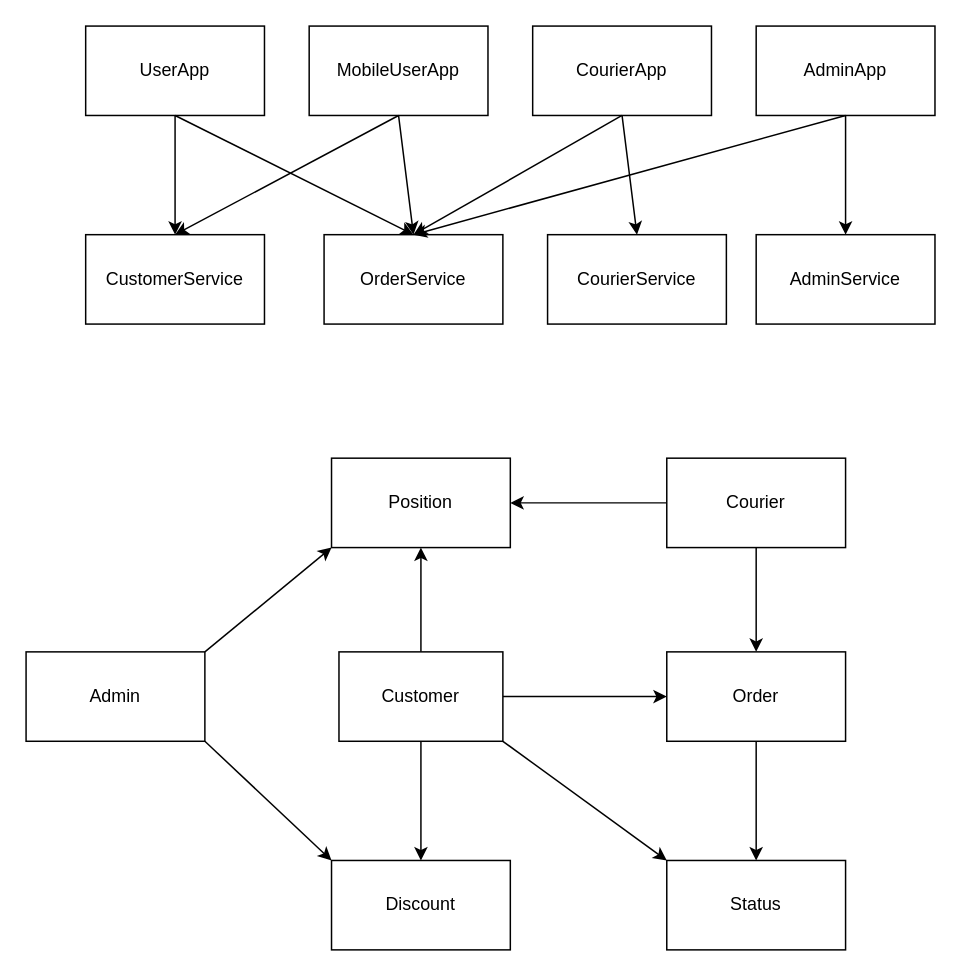
The draw.io diagram Untitled Diagram.drawio in Darklight1985/GitExample, before the edit. Source tidied: cells renumbered, new cells numbered last; positions are measured from the earlier drawing's top-left corner, leaving out a move shared by most shapes. Both pictures are drawn from the tidied source at 149%, with x=0, y=0 at pixel (25, 25).
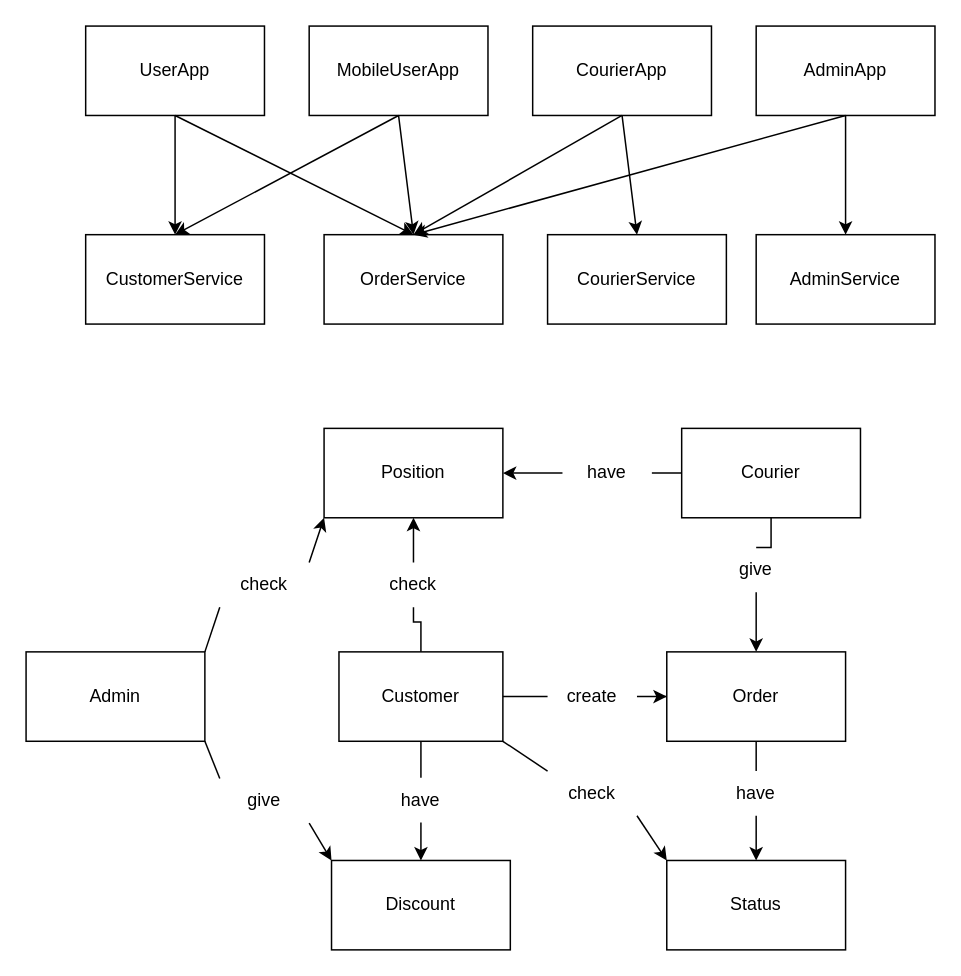
Above is the later version.

Unchanged cells that the change refers to:
```xml
<mxCell id="21" value="Customer" style="rounded=0;whiteSpace=wrap;html=1;" parent="1" vertex="1">
  <mxGeometry x="210" y="420" width="110" height="60" as="geometry" />
</mxCell>
<mxCell id="25" value="Admin" style="rounded=0;whiteSpace=wrap;html=1;" parent="1" vertex="1">
  <mxGeometry y="420" width="120" height="60" as="geometry" />
</mxCell>
<mxCell id="27" value="Order" style="rounded=0;whiteSpace=wrap;html=1;" parent="1" vertex="1">
  <mxGeometry x="430" y="420" width="120" height="60" as="geometry" />
</mxCell>
<mxCell id="28" value="Status" style="rounded=0;whiteSpace=wrap;html=1;" parent="1" vertex="1">
  <mxGeometry x="430" y="560" width="120" height="60" as="geometry" />
</mxCell>
<mxCell id="31" value="Discount" style="rounded=0;whiteSpace=wrap;html=1;" parent="1" vertex="1">
  <mxGeometry x="205" y="560" width="120" height="60" as="geometry" />
</mxCell>
```

Diff of the diagram source:
```diff
@@
-    <mxCell id="18" style="edgeStyle=orthogonalEdgeStyle;rounded=0;jettySize=auto;html=1;" parent="1" edge="1" source="21" target="27">
+    <mxCell id="18" style="edgeStyle=orthogonalEdgeStyle;rounded=0;jettySize=auto;html=1;startArrow=none;" parent="1" edge="1" source="50" target="27">
       <mxGeometry relative="1" as="geometry" />
     </mxCell>
-    <mxCell id="19" style="edgeStyle=orthogonalEdgeStyle;rounded=0;jettySize=auto;html=1;" parent="1" edge="1" source="21" target="30">
+    <mxCell id="19" style="edgeStyle=orthogonalEdgeStyle;rounded=0;jettySize=auto;html=1;startArrow=none;" parent="1" edge="1" source="34" target="30">
       <mxGeometry relative="1" as="geometry" />
     </mxCell>
-    <mxCell id="20" style="edgeStyle=orthogonalEdgeStyle;rounded=0;jettySize=auto;html=1;" parent="1" edge="1" source="21" target="31">
+    <mxCell id="20" style="edgeStyle=orthogonalEdgeStyle;rounded=0;jettySize=auto;html=1;startArrow=none;" parent="1" edge="1" source="38" target="31">
       <mxGeometry relative="1" as="geometry" />
     </mxCell>
@@
-    <mxCell id="22" style="edgeStyle=orthogonalEdgeStyle;rounded=0;jettySize=auto;html=1;" parent="1" edge="1" source="24" target="27">
+    <mxCell id="22" style="edgeStyle=orthogonalEdgeStyle;rounded=0;jettySize=auto;html=1;startArrow=none;" parent="1" edge="1" source="48" target="27">
       <mxGeometry relative="1" as="geometry" />
     </mxCell>
-    <mxCell id="23" style="edgeStyle=orthogonalEdgeStyle;rounded=0;jettySize=auto;html=1;" parent="1" edge="1" source="24" target="30">
+    <mxCell id="23" style="edgeStyle=orthogonalEdgeStyle;rounded=0;jettySize=auto;html=1;startArrow=none;" parent="1" edge="1" source="36" target="30">
       <mxGeometry relative="1" as="geometry" />
     </mxCell>
     <mxCell id="24" value="Courier" style="rounded=0;whiteSpace=wrap;html=1;" parent="1" vertex="1">
-      <mxGeometry x="430" y="290" width="120" height="60" as="geometry" />
+      <mxGeometry x="440" y="270" width="120" height="60" as="geometry" />
     </mxCell>
@@
-    <mxCell id="26" style="edgeStyle=orthogonalEdgeStyle;rounded=0;jettySize=auto;html=1;" parent="1" edge="1" source="27" target="28">
+    <mxCell id="26" style="edgeStyle=orthogonalEdgeStyle;rounded=0;jettySize=auto;html=1;startArrow=none;" parent="1" edge="1" source="46" target="28">
       <mxGeometry relative="1" as="geometry" />
     </mxCell>
@@
-    <mxCell id="29" style="endArrow=classic;html=1;rounded=0;exitX=1;exitY=1;exitDx=0;exitDy=0;entryX=0;entryY=0;entryDx=0;entryDy=0;" parent="1" edge="1" source="21" target="28">
+    <mxCell id="29" style="endArrow=classic;html=1;rounded=0;exitX=1;exitY=1;exitDx=0;exitDy=0;entryX=0;entryY=0;entryDx=0;entryDy=0;startArrow=none;" parent="1" edge="1" source="40" target="28">
       <mxGeometry relative="1" as="geometry" />
     </mxCell>
     <mxCell id="30" value="Position" style="rounded=0;whiteSpace=wrap;html=1;" parent="1" vertex="1">
-      <mxGeometry x="205" y="290" width="120" height="60" as="geometry" />
+      <mxGeometry x="200" y="270" width="120" height="60" as="geometry" />
     </mxCell>
@@
-    <mxCell id="32" style="endArrow=classic;html=1;rounded=0;exitX=1;exitY=1;exitDx=0;exitDy=0;entryX=0;entryY=0;entryDx=0;entryDy=0;" parent="1" edge="1" source="25" target="31">
+    <mxCell id="32" style="endArrow=classic;html=1;rounded=0;exitX=1;exitY=1;exitDx=0;exitDy=0;entryX=0;entryY=0;entryDx=0;entryDy=0;startArrow=none;" parent="1" edge="1" source="42" target="31">
       <mxGeometry relative="1" as="geometry" />
     </mxCell>
-    <mxCell id="33" style="endArrow=classic;html=1;rounded=0;exitX=1;exitY=0;exitDx=0;exitDy=0;entryX=0;entryY=1;entryDx=0;entryDy=0;" parent="1" edge="1" source="25" target="30">
+    <mxCell id="33" style="endArrow=classic;html=1;rounded=0;exitX=1;exitY=0;exitDx=0;exitDy=0;entryX=0;entryY=1;entryDx=0;entryDy=0;startArrow=none;" parent="1" edge="1" source="44" target="30">
       <mxGeometry relative="1" as="geometry" />
     </mxCell>
+    <mxCell id="34" value="check" style="text;html=1;strokeColor=none;fillColor=none;align=center;verticalAlign=middle;whiteSpace=wrap;rounded=0;" parent="1" vertex="1">
+      <mxGeometry x="230" y="360" width="60" height="30" as="geometry" />
+    </mxCell>
+    <mxCell id="35" style="edgeStyle=orthogonalEdgeStyle;rounded=0;jettySize=auto;html=1;endArrow=none;" parent="1" edge="1" source="21" target="34">
+      <mxGeometry relative="1" as="geometry" />
+    </mxCell>
+    <mxCell id="36" value="have" style="text;html=1;strokeColor=none;fillColor=none;align=center;verticalAlign=middle;whiteSpace=wrap;rounded=0;" parent="1" vertex="1">
+      <mxGeometry x="360" y="285" width="60" height="30" as="geometry" />
+    </mxCell>
+    <mxCell id="37" style="edgeStyle=orthogonalEdgeStyle;rounded=0;jettySize=auto;html=1;endArrow=none;" parent="1" edge="1" source="24" target="36">
+      <mxGeometry relative="1" as="geometry" />
+    </mxCell>
+    <mxCell id="38" value="have" style="text;html=1;strokeColor=none;fillColor=none;align=center;verticalAlign=middle;whiteSpace=wrap;rounded=0;" parent="1" vertex="1">
+      <mxGeometry x="235" y="504.5" width="60" height="30" as="geometry" />
+    </mxCell>
+    <mxCell id="39" style="edgeStyle=orthogonalEdgeStyle;rounded=0;jettySize=auto;html=1;endArrow=none;" parent="1" edge="1" source="21" target="38">
+      <mxGeometry relative="1" as="geometry" />
+    </mxCell>
+    <mxCell id="40" value="check" style="text;html=1;strokeColor=none;fillColor=none;align=center;verticalAlign=middle;whiteSpace=wrap;rounded=0;" parent="1" vertex="1">
+      <mxGeometry x="350" y="500" width="60" height="30" as="geometry" />
+    </mxCell>
+    <mxCell id="41" style="endArrow=none;html=1;rounded=0;exitX=1;exitY=1;exitDx=0;exitDy=0;entryX=0;entryY=0;entryDx=0;entryDy=0;" parent="1" edge="1" source="21" target="40">
+      <mxGeometry relative="1" as="geometry" />
+    </mxCell>
+    <mxCell id="42" value="give" style="text;html=1;strokeColor=none;fillColor=none;align=center;verticalAlign=middle;whiteSpace=wrap;rounded=0;" parent="1" vertex="1">
+      <mxGeometry x="130" y="505" width="60" height="30" as="geometry" />
+    </mxCell>
+    <mxCell id="43" style="endArrow=none;html=1;rounded=0;exitX=1;exitY=1;exitDx=0;exitDy=0;entryX=0;entryY=0;entryDx=0;entryDy=0;" parent="1" edge="1" source="25" target="42">
+      <mxGeometry relative="1" as="geometry" />
+    </mxCell>
+    <mxCell id="44" value="check" style="text;html=1;strokeColor=none;fillColor=none;align=center;verticalAlign=middle;whiteSpace=wrap;rounded=0;" parent="1" vertex="1">
+      <mxGeometry x="130" y="360" width="60" height="30" as="geometry" />
+    </mxCell>
+    <mxCell id="45" style="endArrow=none;html=1;rounded=0;exitX=1;exitY=0;exitDx=0;exitDy=0;entryX=0;entryY=1;entryDx=0;entryDy=0;" parent="1" edge="1" source="25" target="44">
+      <mxGeometry relative="1" as="geometry" />
+    </mxCell>
+    <mxCell id="46" value="have" style="text;html=1;strokeColor=none;fillColor=none;align=center;verticalAlign=middle;whiteSpace=wrap;rounded=0;" parent="1" vertex="1">
+      <mxGeometry x="460" y="500" width="60" height="30" as="geometry" />
+    </mxCell>
+    <mxCell id="47" style="edgeStyle=orthogonalEdgeStyle;rounded=0;jettySize=auto;html=1;endArrow=none;" parent="1" edge="1" source="27" target="46">
+      <mxGeometry relative="1" as="geometry" />
+    </mxCell>
+    <mxCell id="48" value="give" style="text;html=1;strokeColor=none;fillColor=none;align=center;verticalAlign=middle;whiteSpace=wrap;rounded=0;" parent="1" vertex="1">
+      <mxGeometry x="460" y="350" width="60" height="30" as="geometry" />
+    </mxCell>
+    <mxCell id="49" style="edgeStyle=orthogonalEdgeStyle;rounded=0;jettySize=auto;html=1;endArrow=none;" parent="1" edge="1" source="24" target="48">
+      <mxGeometry relative="1" as="geometry" />
+    </mxCell>
+    <mxCell id="50" value="create" style="text;html=1;strokeColor=none;fillColor=none;align=center;verticalAlign=middle;whiteSpace=wrap;rounded=0;" parent="1" vertex="1">
+      <mxGeometry x="350" y="435" width="60" height="30" as="geometry" />
+    </mxCell>
+    <mxCell id="51" style="edgeStyle=orthogonalEdgeStyle;rounded=0;jettySize=auto;html=1;endArrow=none;" parent="1" edge="1" source="21" target="50">
+      <mxGeometry relative="1" as="geometry" />
+    </mxCell>
```
